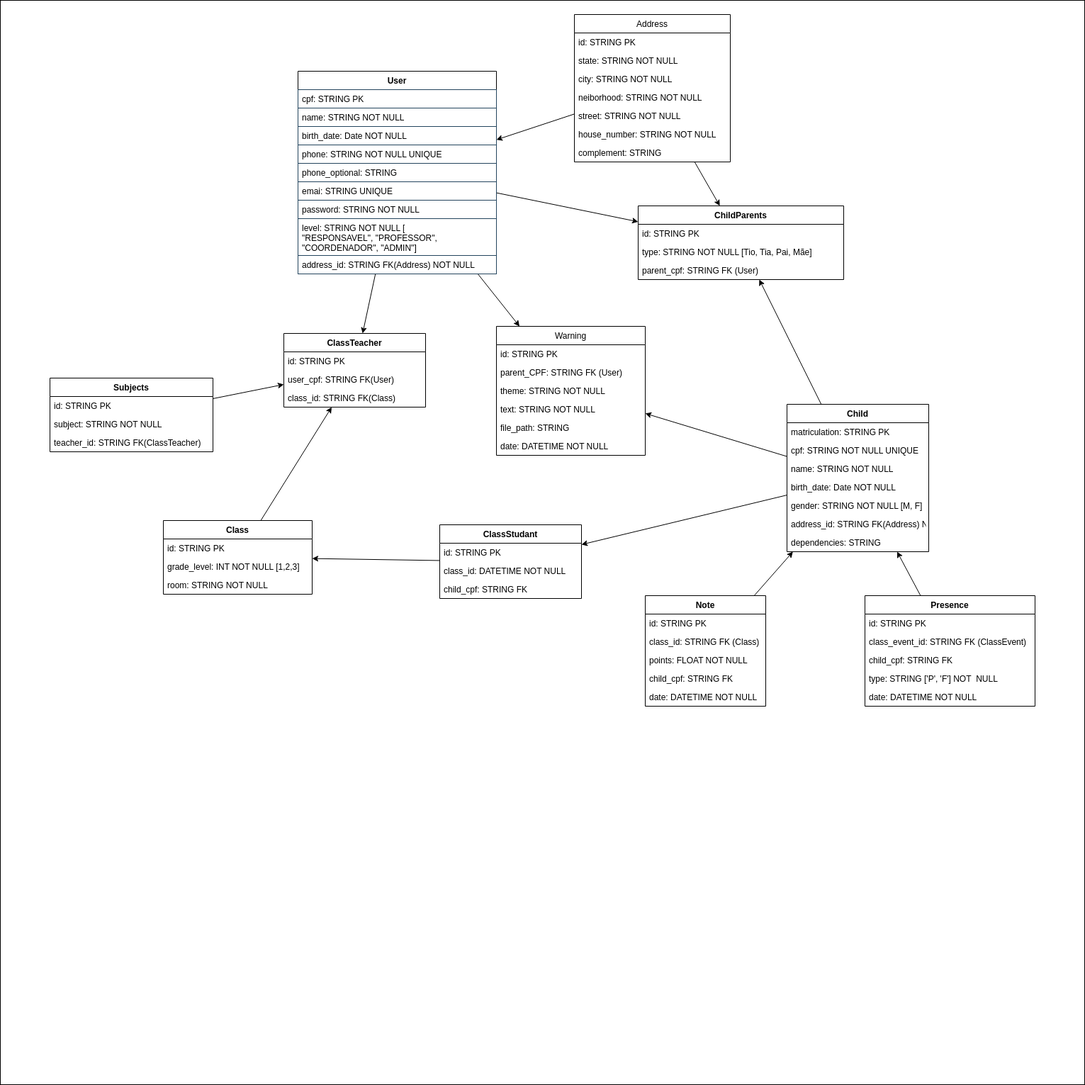
Earlier version of the draw.io export docs/images/der.png (mauriciobenjamin700/SMEIF). Source tidied: cells renumbered, new cells last; positions are measured from the earlier drawing's top-left corner, leaving out a move shared by most shapes.
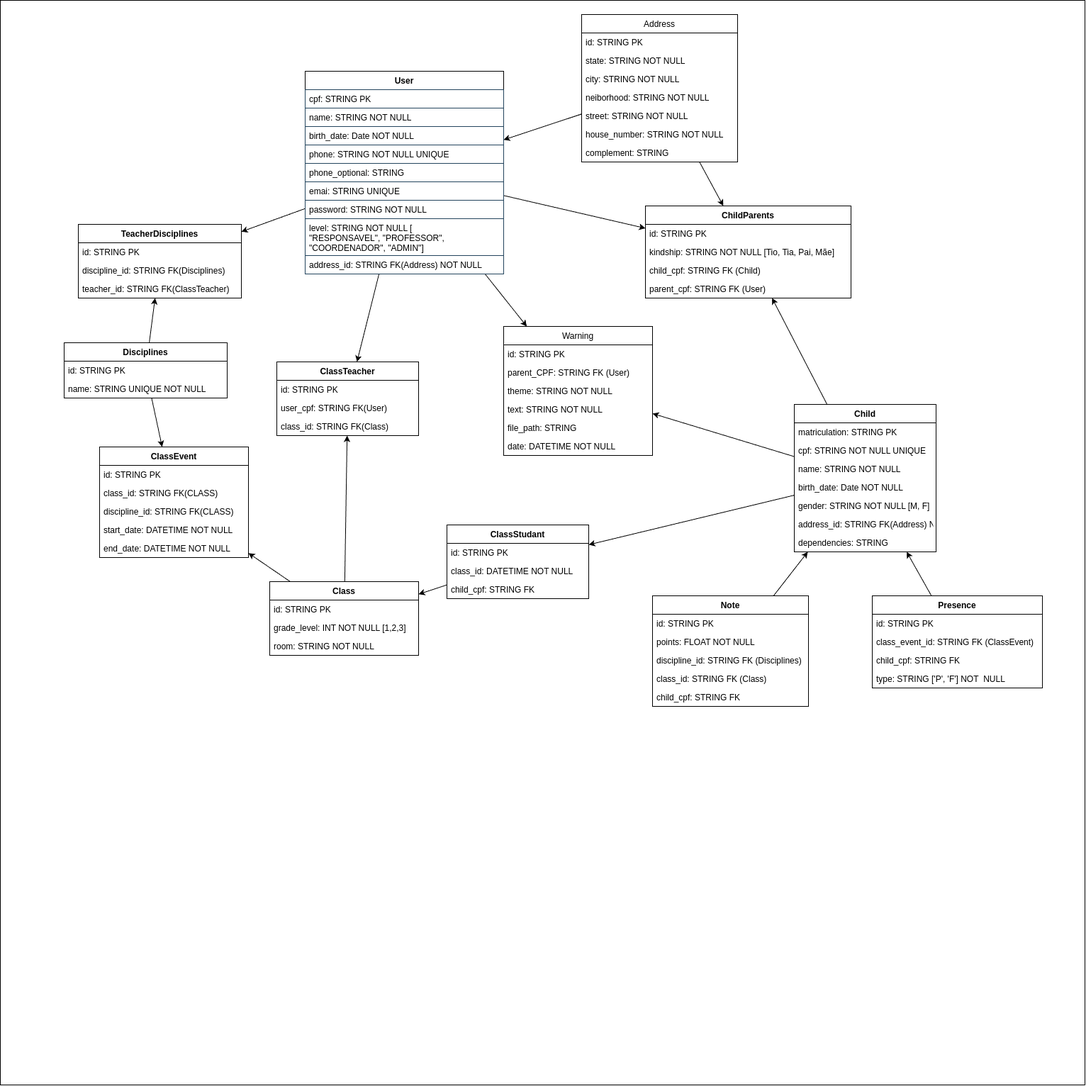
Above is the later version.

Commit message:
fix: update in database diagram

Diff of the diagram source:
```diff
@@ -3,7 +3,7 @@
     <mxCell id="0" />
     <mxCell id="1" parent="0" />
     <mxCell id="2" style="whiteSpace=wrap;html=1;strokeColor=#000000;fillColor=#FFFFFF;fontColor=#ffffff;" parent="1" vertex="1">
-      <mxGeometry width="1530" height="1530" as="geometry" />
+      <mxGeometry x="-10" width="1530" height="1530" as="geometry" />
     </mxCell>
     <mxCell id="3" style="edgeStyle=none;html=1;strokeColor=#000000;" parent="1" edge="1" source="6" target="46">
       <mxGeometry relative="1" as="geometry" />
@@ -14,6 +14,9 @@
     <mxCell id="5" style="edgeStyle=none;html=1;strokeColor=#000000;" parent="1" edge="1" source="6" target="50">
       <mxGeometry relative="1" as="geometry" />
     </mxCell>
+    <mxCell id="81" style="edgeStyle=none;html=1;strokeColor=#000000;" parent="1" edge="1" source="6" target="77">
+      <mxGeometry relative="1" as="geometry" />
+    </mxCell>
     <mxCell id="6" value="User" style="swimlane;fontStyle=1;align=center;verticalAlign=top;horizontal=1;startSize=26;" parent="1" vertex="1">
       <mxGeometry x="420" y="100" width="280" height="286" as="geometry" />
     </mxCell>
@@ -81,7 +84,7 @@
       <mxGeometry relative="1" as="geometry" />
     </mxCell>
     <mxCell id="28" value="Presence" style="swimlane;fontStyle=1;align=center;verticalAlign=top;horizontal=1;startSize=26;" parent="1" vertex="1">
-      <mxGeometry x="1220" y="840" width="240" height="156" as="geometry" />
+      <mxGeometry x="1220" y="840" width="240" height="130" as="geometry" />
     </mxCell>
     <mxCell id="29" value="id: STRING PK" style="text;strokeColor=none;fillColor=none;align=left;verticalAlign=top;spacingLeft=4;spacingRight=4;overflow=hidden;fontColor=#000000;" parent="28" vertex="1">
       <mxGeometry y="26" width="240" height="26" as="geometry" />
@@ -95,35 +98,35 @@
     <mxCell id="32" value="type: STRING ['P', 'F'] NOT  NULL" style="text;strokeColor=none;fillColor=none;align=left;verticalAlign=top;spacingLeft=4;spacingRight=4;overflow=hidden;fontColor=#000000;" parent="28" vertex="1">
       <mxGeometry y="104" width="240" height="26" as="geometry" />
     </mxCell>
-    <mxCell id="33" value="date: DATETIME NOT NULL" style="text;strokeColor=none;fillColor=none;align=left;verticalAlign=top;spacingLeft=4;spacingRight=4;overflow=hidden;fontColor=#000000;" parent="28" vertex="1">
-      <mxGeometry y="130" width="240" height="26" as="geometry" />
-    </mxCell>
     <mxCell id="34" style="edgeStyle=none;html=1;strokeColor=#000000;" parent="1" edge="1" source="35" target="19">
       <mxGeometry relative="1" as="geometry" />
     </mxCell>
     <mxCell id="35" value="Note" style="swimlane;fontStyle=1;align=center;verticalAlign=top;horizontal=1;startSize=26;" parent="1" vertex="1">
-      <mxGeometry x="910" y="840" width="170" height="156" as="geometry" />
+      <mxGeometry x="910" y="840" width="220" height="156" as="geometry" />
     </mxCell>
     <mxCell id="36" value="id: STRING PK" style="text;strokeColor=none;fillColor=none;align=left;verticalAlign=top;spacingLeft=4;spacingRight=4;overflow=hidden;fontColor=#000000;" parent="35" vertex="1">
-      <mxGeometry y="26" width="170" height="26" as="geometry" />
+      <mxGeometry y="26" width="220" height="26" as="geometry" />
     </mxCell>
+    <mxCell id="38" value="points: FLOAT NOT NULL" style="text;strokeColor=none;fillColor=none;align=left;verticalAlign=top;spacingLeft=4;spacingRight=4;overflow=hidden;fontColor=#000000;" parent="35" vertex="1">
+      <mxGeometry y="52" width="220" height="26" as="geometry" />
+    </mxCell>
-    <mxCell id="37" value="class_id: STRING FK (Class)" style="text;strokeColor=none;fillColor=none;align=left;verticalAlign=top;spacingLeft=4;spacingRight=4;overflow=hidden;fontColor=#000000;" parent="35" vertex="1">
-      <mxGeometry y="52" width="170" height="26" as="geometry" />
+    <mxCell id="37" value="discipline_id: STRING FK (Disciplines)" style="text;strokeColor=none;fillColor=none;align=left;verticalAlign=top;spacingLeft=4;spacingRight=4;overflow=hidden;fontColor=#000000;" parent="35" vertex="1">
+      <mxGeometry y="78" width="220" height="26" as="geometry" />
     </mxCell>
-    <mxCell id="38" value="points: FLOAT NOT NULL" style="text;strokeColor=none;fillColor=none;align=left;verticalAlign=top;spacingLeft=4;spacingRight=4;overflow=hidden;fontColor=#000000;" parent="35" vertex="1">
-      <mxGeometry y="78" width="170" height="26" as="geometry" />
-    </mxCell>
+    <mxCell id="82" value="class_id: STRING FK (Class)" style="text;strokeColor=none;fillColor=none;align=left;verticalAlign=top;spacingLeft=4;spacingRight=4;overflow=hidden;fontColor=#000000;" parent="35" vertex="1">
+      <mxGeometry y="104" width="220" height="26" as="geometry" />
+    </mxCell>
     <mxCell id="39" value="child_cpf: STRING FK" style="text;strokeColor=none;fillColor=none;align=left;verticalAlign=top;spacingLeft=4;spacingRight=4;overflow=hidden;fontColor=#000000;" parent="35" vertex="1">
-      <mxGeometry y="104" width="170" height="26" as="geometry" />
+      <mxGeometry y="130" width="220" height="26" as="geometry" />
     </mxCell>
-    <mxCell id="40" value="date: DATETIME NOT NULL" style="text;strokeColor=none;fillColor=none;align=left;verticalAlign=top;spacingLeft=4;spacingRight=4;overflow=hidden;fontColor=#000000;" parent="35" vertex="1">
-      <mxGeometry y="130" width="170" height="26" as="geometry" />
-    </mxCell>
     <mxCell id="41" style="edgeStyle=none;html=1;strokeColor=#000000;" parent="1" edge="1" source="42" target="50">
       <mxGeometry relative="1" as="geometry" />
     </mxCell>
+    <mxCell id="83" style="edgeStyle=none;html=1;strokeColor=#000000;" parent="1" edge="1" source="42" target="90">
+      <mxGeometry relative="1" as="geometry" />
+    </mxCell>
     <mxCell id="42" value="Class" style="swimlane;fontStyle=1;align=center;verticalAlign=top;horizontal=1;startSize=26;" parent="1" vertex="1">
-      <mxGeometry x="230" y="734" width="210" height="104" as="geometry" />
+      <mxGeometry x="370" y="820" width="210" height="104" as="geometry" />
     </mxCell>
     <mxCell id="43" value="id: STRING PK" style="text;strokeColor=none;fillColor=none;align=left;verticalAlign=top;spacingLeft=4;spacingRight=4;overflow=hidden;fontColor=#000000;" parent="42" vertex="1">
       <mxGeometry y="26" width="210" height="26" as="geometry" />
@@ -135,19 +138,22 @@
       <mxGeometry y="78" width="210" height="26" as="geometry" />
     </mxCell>
     <mxCell id="46" value="ChildParents" style="swimlane;fontStyle=1;align=center;verticalAlign=top;horizontal=1;startSize=26;" parent="1" vertex="1">
-      <mxGeometry x="900" y="290" width="290" height="104" as="geometry" />
+      <mxGeometry x="900" y="290" width="290" height="130" as="geometry" />
     </mxCell>
     <mxCell id="47" value="id: STRING PK" style="text;strokeColor=none;fillColor=none;align=left;verticalAlign=top;spacingLeft=4;spacingRight=4;overflow=hidden;fontColor=#000000;" parent="46" vertex="1">
       <mxGeometry y="26" width="290" height="26" as="geometry" />
     </mxCell>
-    <mxCell id="48" value="type: STRING NOT NULL [Tio, Tia, Pai, Mãe]" style="text;strokeColor=none;fillColor=none;align=left;verticalAlign=top;spacingLeft=4;spacingRight=4;overflow=hidden;fontColor=#000000;" parent="46" vertex="1">
+    <mxCell id="48" value="kindship: STRING NOT NULL [Tio, Tia, Pai, Mãe]" style="text;strokeColor=none;fillColor=none;align=left;verticalAlign=top;spacingLeft=4;spacingRight=4;overflow=hidden;fontColor=#000000;" parent="46" vertex="1">
       <mxGeometry y="52" width="290" height="26" as="geometry" />
     </mxCell>
+    <mxCell id="84" value="child_cpf: STRING FK (Child)" style="text;strokeColor=none;fillColor=none;align=left;verticalAlign=top;spacingLeft=4;spacingRight=4;overflow=hidden;fontColor=#000000;" parent="46" vertex="1">
+      <mxGeometry y="78" width="290" height="26" as="geometry" />
+    </mxCell>
     <mxCell id="49" value="parent_cpf: STRING FK (User)" style="text;strokeColor=none;fillColor=none;align=left;verticalAlign=top;spacingLeft=4;spacingRight=4;overflow=hidden;fontColor=#000000;" parent="46" vertex="1">
-      <mxGeometry y="78" width="290" height="26" as="geometry" />
+      <mxGeometry y="104" width="290" height="26" as="geometry" />
     </mxCell>
     <mxCell id="50" value="ClassTeacher" style="swimlane;fontStyle=1;align=center;verticalAlign=top;horizontal=1;startSize=26;" parent="1" vertex="1">
-      <mxGeometry x="400" y="470" width="200" height="104" as="geometry" />
+      <mxGeometry x="380" y="510" width="200" height="104" as="geometry" />
     </mxCell>
     <mxCell id="51" value="id: STRING PK" style="text;strokeColor=none;fillColor=none;align=left;verticalAlign=top;spacingLeft=4;spacingRight=4;overflow=hidden;fontColor=#000000;" parent="50" vertex="1">
       <mxGeometry y="26" width="200" height="26" as="geometry" />
@@ -224,20 +230,50 @@
     <mxCell id="75" value="complement: STRING" style="text;strokeColor=none;fillColor=none;align=left;verticalAlign=top;spacingLeft=4;spacingRight=4;overflow=hidden;fontColor=#000000;" parent="68" vertex="1">
       <mxGeometry y="182" width="220" height="26" as="geometry" />
     </mxCell>
-    <mxCell id="76" style="edgeStyle=none;html=1;fontColor=#0000FF;strokeColor=#000000;" parent="1" edge="1" source="77" target="50">
-      <mxGeometry relative="1" as="geometry" />
-    </mxCell>
-    <mxCell id="77" value="Subjects" style="swimlane;fontStyle=1;align=center;verticalAlign=top;horizontal=1;startSize=26;" parent="1" vertex="1">
-      <mxGeometry x="70" y="533" width="230" height="104" as="geometry" />
+    <mxCell id="77" value="TeacherDisciplines" style="swimlane;fontStyle=1;align=center;verticalAlign=top;horizontal=1;startSize=26;" parent="1" vertex="1">
+      <mxGeometry x="100" y="316" width="230" height="104" as="geometry" />
     </mxCell>
     <mxCell id="78" value="id: STRING PK" style="text;strokeColor=none;fillColor=none;align=left;verticalAlign=top;spacingLeft=4;spacingRight=4;overflow=hidden;fontColor=#000000;" parent="77" vertex="1">
       <mxGeometry y="26" width="230" height="26" as="geometry" />
     </mxCell>
-    <mxCell id="79" value="subject: STRING NOT NULL" style="text;strokeColor=none;fillColor=none;align=left;verticalAlign=top;spacingLeft=4;spacingRight=4;overflow=hidden;fontColor=#000000;" parent="77" vertex="1">
+    <mxCell id="79" value="discipline_id: STRING FK(Disciplines)" style="text;strokeColor=none;fillColor=none;align=left;verticalAlign=top;spacingLeft=4;spacingRight=4;overflow=hidden;fontColor=#000000;" parent="77" vertex="1">
       <mxGeometry y="52" width="230" height="26" as="geometry" />
     </mxCell>
     <mxCell id="80" value="teacher_id: STRING FK(ClassTeacher)" style="text;strokeColor=none;fillColor=none;align=left;verticalAlign=top;spacingLeft=4;spacingRight=4;overflow=hidden;fontColor=#000000;" parent="77" vertex="1">
       <mxGeometry y="78" width="230" height="26" as="geometry" />
     </mxCell>
+    <mxCell id="85" style="edgeStyle=none;html=1;strokeColor=#000000;" parent="1" edge="1" source="87" target="77">
+      <mxGeometry relative="1" as="geometry" />
+    </mxCell>
+    <mxCell id="86" style="edgeStyle=none;html=1;strokeColor=#000000;" parent="1" edge="1" source="87" target="90">
+      <mxGeometry relative="1" as="geometry" />
+    </mxCell>
+    <mxCell id="87" value="Disciplines" style="swimlane;fontStyle=1;align=center;verticalAlign=top;horizontal=1;startSize=26;" parent="1" vertex="1">
+      <mxGeometry x="80" y="483" width="230" height="78" as="geometry" />
+    </mxCell>
+    <mxCell id="88" value="id: STRING PK" style="text;strokeColor=none;fillColor=none;align=left;verticalAlign=top;spacingLeft=4;spacingRight=4;overflow=hidden;fontColor=#000000;" parent="87" vertex="1">
+      <mxGeometry y="26" width="230" height="26" as="geometry" />
+    </mxCell>
+    <mxCell id="89" value="name: STRING UNIQUE NOT NULL" style="text;strokeColor=none;fillColor=none;align=left;verticalAlign=top;spacingLeft=4;spacingRight=4;overflow=hidden;fontColor=#000000;" parent="87" vertex="1">
+      <mxGeometry y="52" width="230" height="26" as="geometry" />
+    </mxCell>
+    <mxCell id="90" value="ClassEvent" style="swimlane;fontStyle=1;align=center;verticalAlign=top;horizontal=1;startSize=26;" parent="1" vertex="1">
+      <mxGeometry x="130" y="630" width="210" height="156" as="geometry" />
+    </mxCell>
+    <mxCell id="91" value="id: STRING PK" style="text;strokeColor=none;fillColor=none;align=left;verticalAlign=top;spacingLeft=4;spacingRight=4;overflow=hidden;fontColor=#000000;" parent="90" vertex="1">
+      <mxGeometry y="26" width="210" height="26" as="geometry" />
+    </mxCell>
+    <mxCell id="92" value="class_id: STRING FK(CLASS)" style="text;strokeColor=none;fillColor=none;align=left;verticalAlign=top;spacingLeft=4;spacingRight=4;overflow=hidden;fontColor=#000000;" parent="90" vertex="1">
+      <mxGeometry y="52" width="210" height="26" as="geometry" />
+    </mxCell>
+    <mxCell id="93" value="discipline_id: STRING FK(CLASS)" style="text;strokeColor=none;fillColor=none;align=left;verticalAlign=top;spacingLeft=4;spacingRight=4;overflow=hidden;fontColor=#000000;" parent="90" vertex="1">
+      <mxGeometry y="78" width="210" height="26" as="geometry" />
+    </mxCell>
+    <mxCell id="94" value="start_date: DATETIME NOT NULL" style="text;strokeColor=none;fillColor=none;align=left;verticalAlign=top;spacingLeft=4;spacingRight=4;overflow=hidden;fontColor=#000000;" parent="90" vertex="1">
+      <mxGeometry y="104" width="210" height="26" as="geometry" />
+    </mxCell>
+    <mxCell id="95" value="end_date: DATETIME NOT NULL" style="text;strokeColor=none;fillColor=none;align=left;verticalAlign=top;spacingLeft=4;spacingRight=4;overflow=hidden;fontColor=#000000;" parent="90" vertex="1">
+      <mxGeometry y="130" width="210" height="26" as="geometry" />
+    </mxCell>
   </root>
 </mxGraphModel>
```
